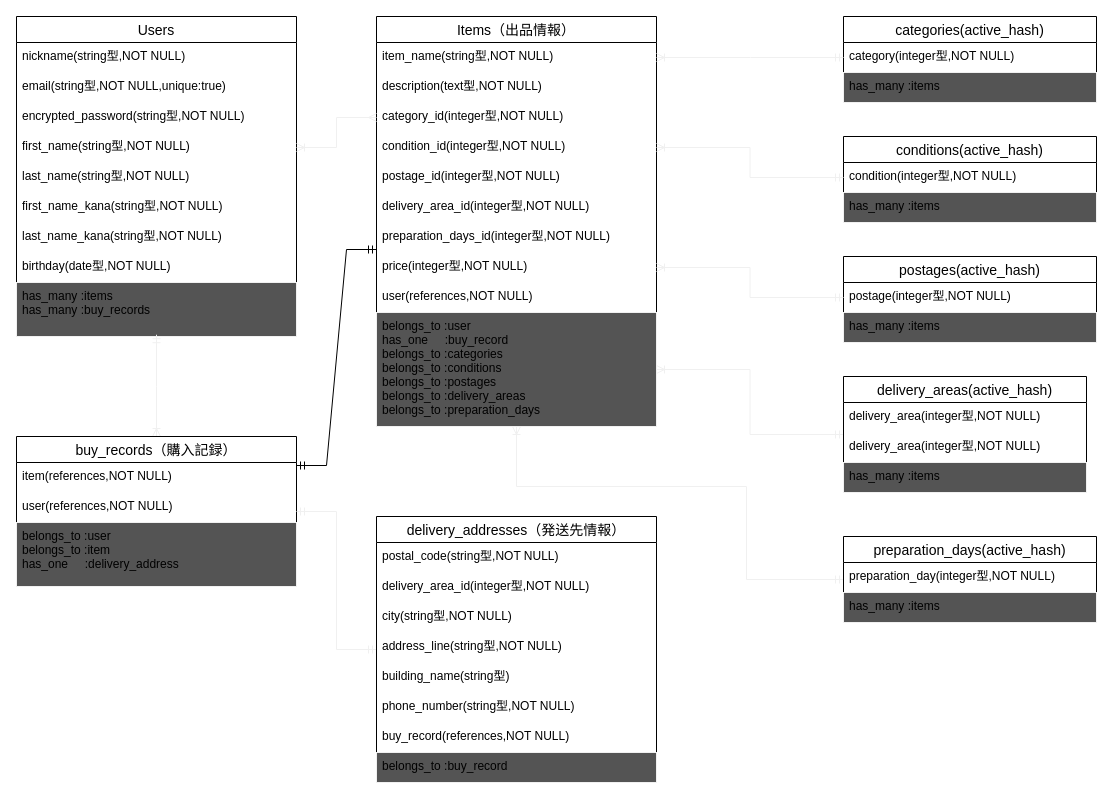
Hashy-Y/furima-36062 keeps this draw.io diagram as model_er.dio. Above is the earlier version. Source tidied: cells renumbered, new cells numbered last; positions are measured from the earlier drawing's top-left corner, leaving out a move shared by most shapes. Both pictures are drawn from the tidied source at 100%, with x=0, y=0 at pixel (16, 16).
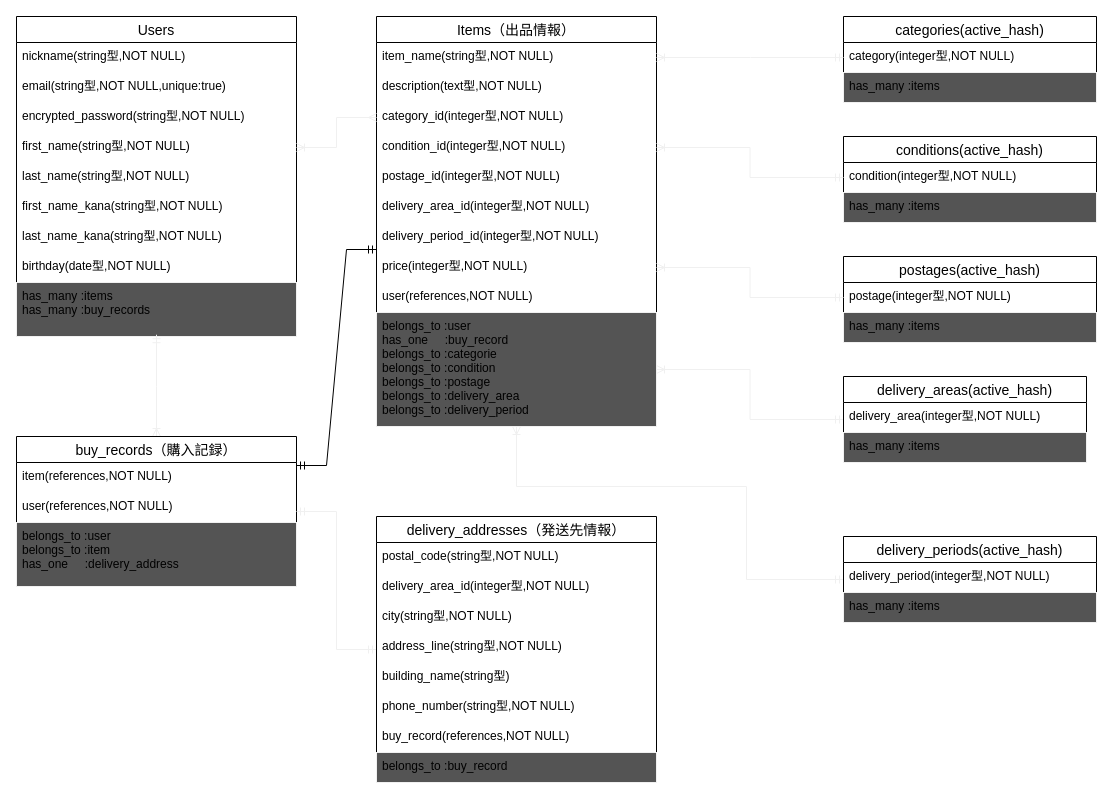
Above is the later version.

The change refers to these unchanged cells:
```xml
<mxCell id="12" value="Items（出品情報）" style="swimlane;fontStyle=0;horizontal=1;startSize=26;align=center;fontSize=14;" parent="1" vertex="1">
  <mxGeometry x="360" width="280" height="410" as="geometry" />
</mxCell>
```

Diff of the diagram source:
```diff
@@
-    <mxCell id="19" value="preparation_days_id(integer型,NOT NULL)" style="text;strokeColor=none;fillColor=none;spacingLeft=4;spacingRight=4;overflow=hidden;fontSize=12;" parent="12" vertex="1">
+    <mxCell id="19" value="delivery_period_id(integer型,NOT NULL)" style="text;strokeColor=none;fillColor=none;spacingLeft=4;spacingRight=4;overflow=hidden;fontSize=12;" parent="12" vertex="1">
       <mxGeometry y="206" width="280" height="30" as="geometry" />
     </mxCell>
@@
-    <mxCell id="22" value="belongs_to :user&#10;has_one     :buy_record&#10;belongs_to :categories&#10;belongs_to :conditions&#10;belongs_to :postages&#10;belongs_to :delivery_areas&#10;belongs_to :preparation_days" style="text;spacingLeft=4;spacingRight=4;overflow=hidden;points=[[0,0.5],[1,0.5]];portConstraint=eastwest;fontSize=12;strokeColor=#f0f0f0;fillColor=#545454;" parent="12" vertex="1">
+    <mxCell id="22" value="belongs_to :user&#10;has_one     :buy_record&#10;belongs_to :categorie&#10;belongs_to :condition&#10;belongs_to :postage&#10;belongs_to :delivery_area&#10;belongs_to :delivery_period" style="text;spacingLeft=4;spacingRight=4;overflow=hidden;points=[[0,0.5],[1,0.5]];portConstraint=eastwest;fontSize=12;strokeColor=#f0f0f0;fillColor=#545454;" parent="12" vertex="1">
       <mxGeometry y="296" width="280" height="114" as="geometry" />
     </mxCell>
@@
     <mxCell id="50" value="delivery_areas(active_hash)" style="swimlane;fontStyle=0;horizontal=1;startSize=26;align=center;fontSize=14;" parent="1" vertex="1">
-      <mxGeometry x="827" y="360" width="243" height="116" as="geometry" />
+      <mxGeometry x="827" y="360" width="243" height="86" as="geometry" />
     </mxCell>
@@
-    <mxCell id="52" value="delivery_area(integer型,NOT NULL)" style="text;strokeColor=none;fillColor=none;spacingLeft=4;spacingRight=4;overflow=hidden;fontSize=12;" parent="50" vertex="1">
-      <mxGeometry y="56" width="243" height="30" as="geometry" />
-    </mxCell>
     <mxCell id="53" value="has_many :items" style="text;spacingLeft=4;spacingRight=4;overflow=hidden;fontSize=12;strokeColor=#f0f0f0;fillColor=#545454;" parent="50" vertex="1">
-      <mxGeometry y="86" width="243" height="30" as="geometry" />
+      <mxGeometry y="56" width="243" height="30" as="geometry" />
     </mxCell>
@@
-    <mxCell id="55" value="preparation_days(active_hash)" style="swimlane;fontStyle=0;horizontal=1;startSize=26;align=center;fontSize=14;" parent="1" vertex="1">
+    <mxCell id="55" value="delivery_periods(active_hash)" style="swimlane;fontStyle=0;horizontal=1;startSize=26;align=center;fontSize=14;" parent="1" vertex="1">
       <mxGeometry x="827" y="520" width="253" height="86" as="geometry" />
     </mxCell>
-    <mxCell id="56" value="preparation_day(integer型,NOT NULL)" style="text;strokeColor=none;fillColor=none;spacingLeft=4;spacingRight=4;overflow=hidden;fontSize=12;" parent="55" vertex="1">
+    <mxCell id="56" value="delivery_period(integer型,NOT NULL)" style="text;strokeColor=none;fillColor=none;spacingLeft=4;spacingRight=4;overflow=hidden;fontSize=12;" parent="55" vertex="1">
       <mxGeometry y="26" width="253" height="30" as="geometry" />
     </mxCell>
```
